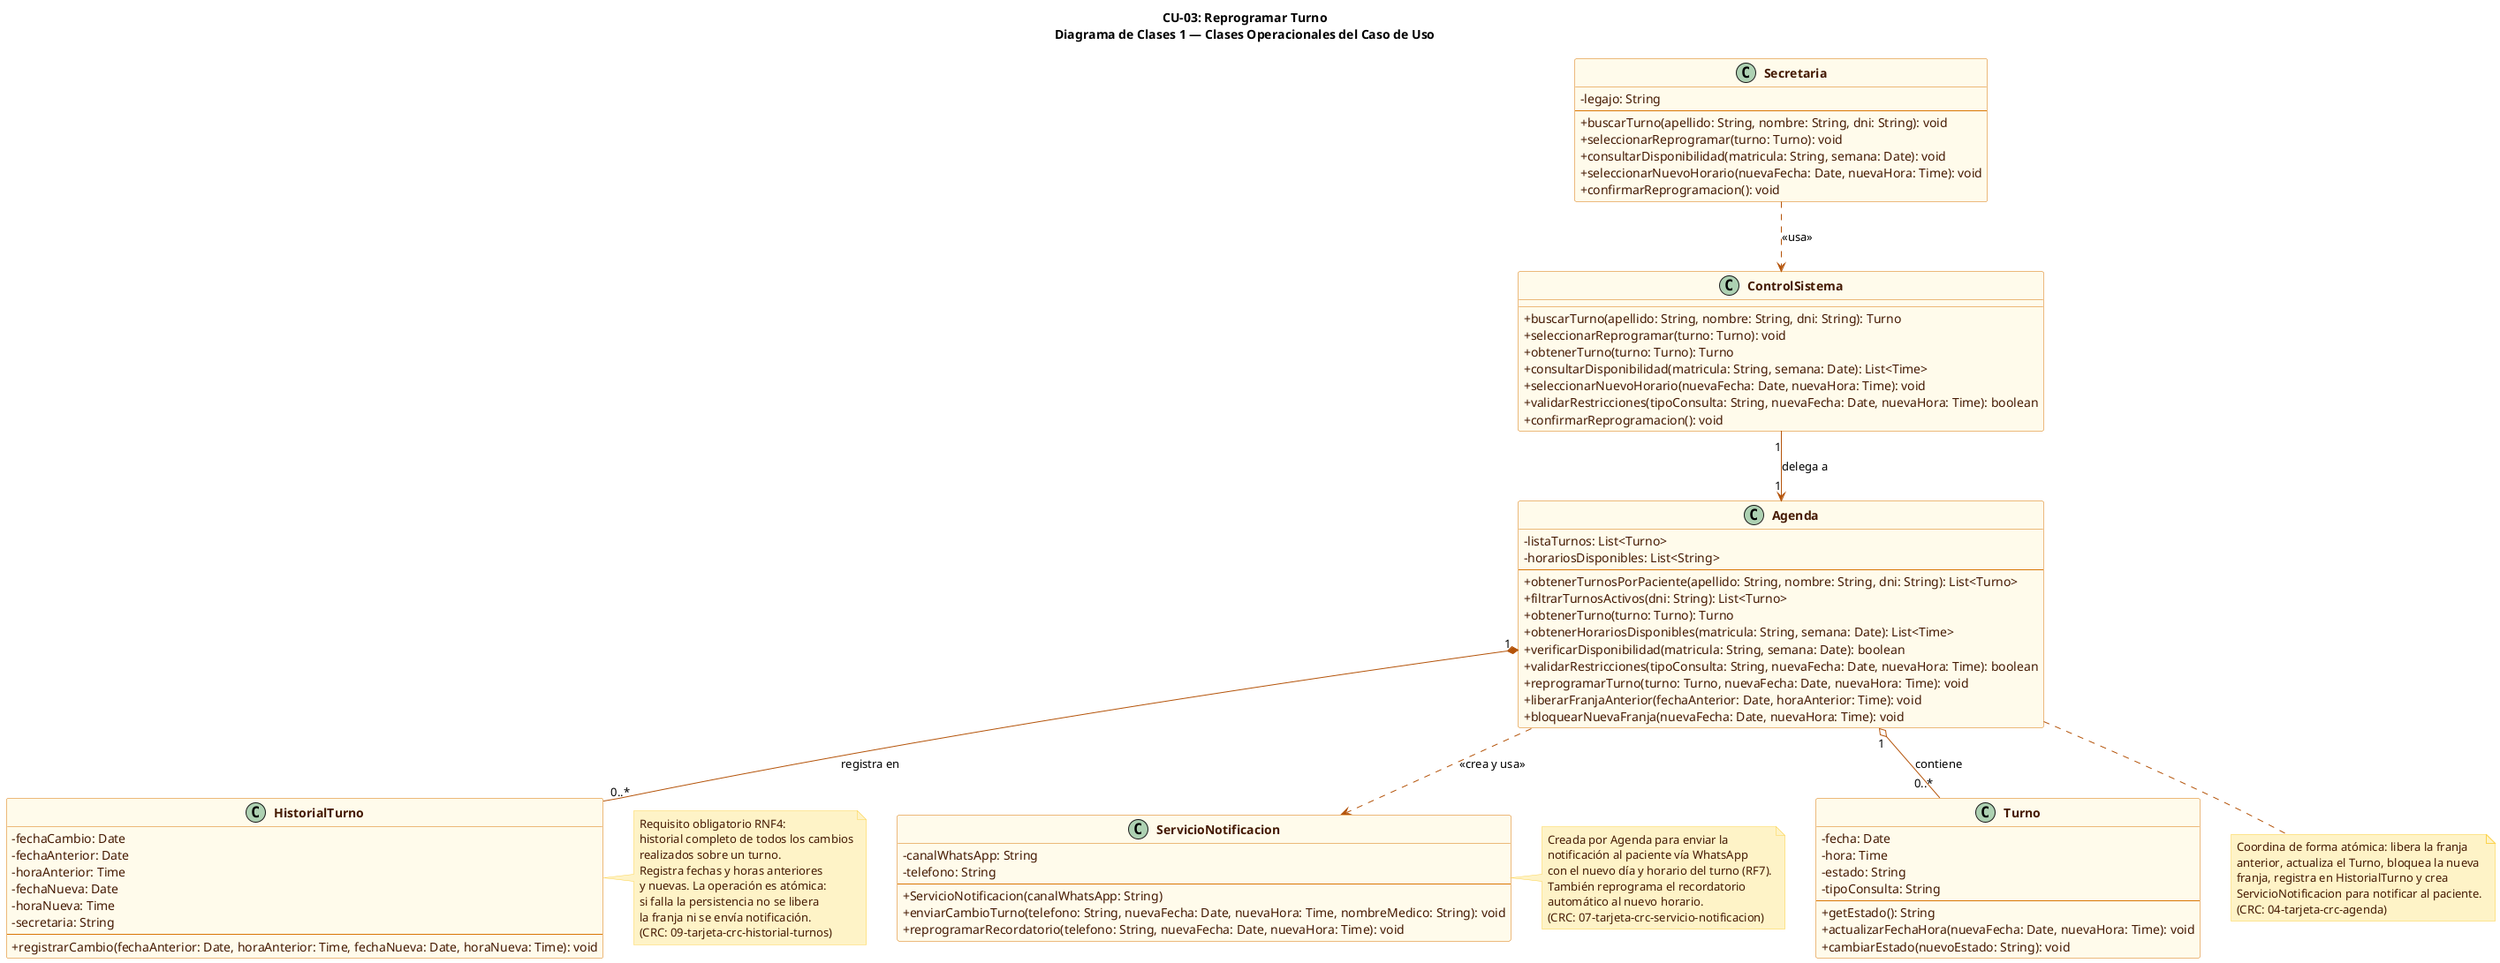
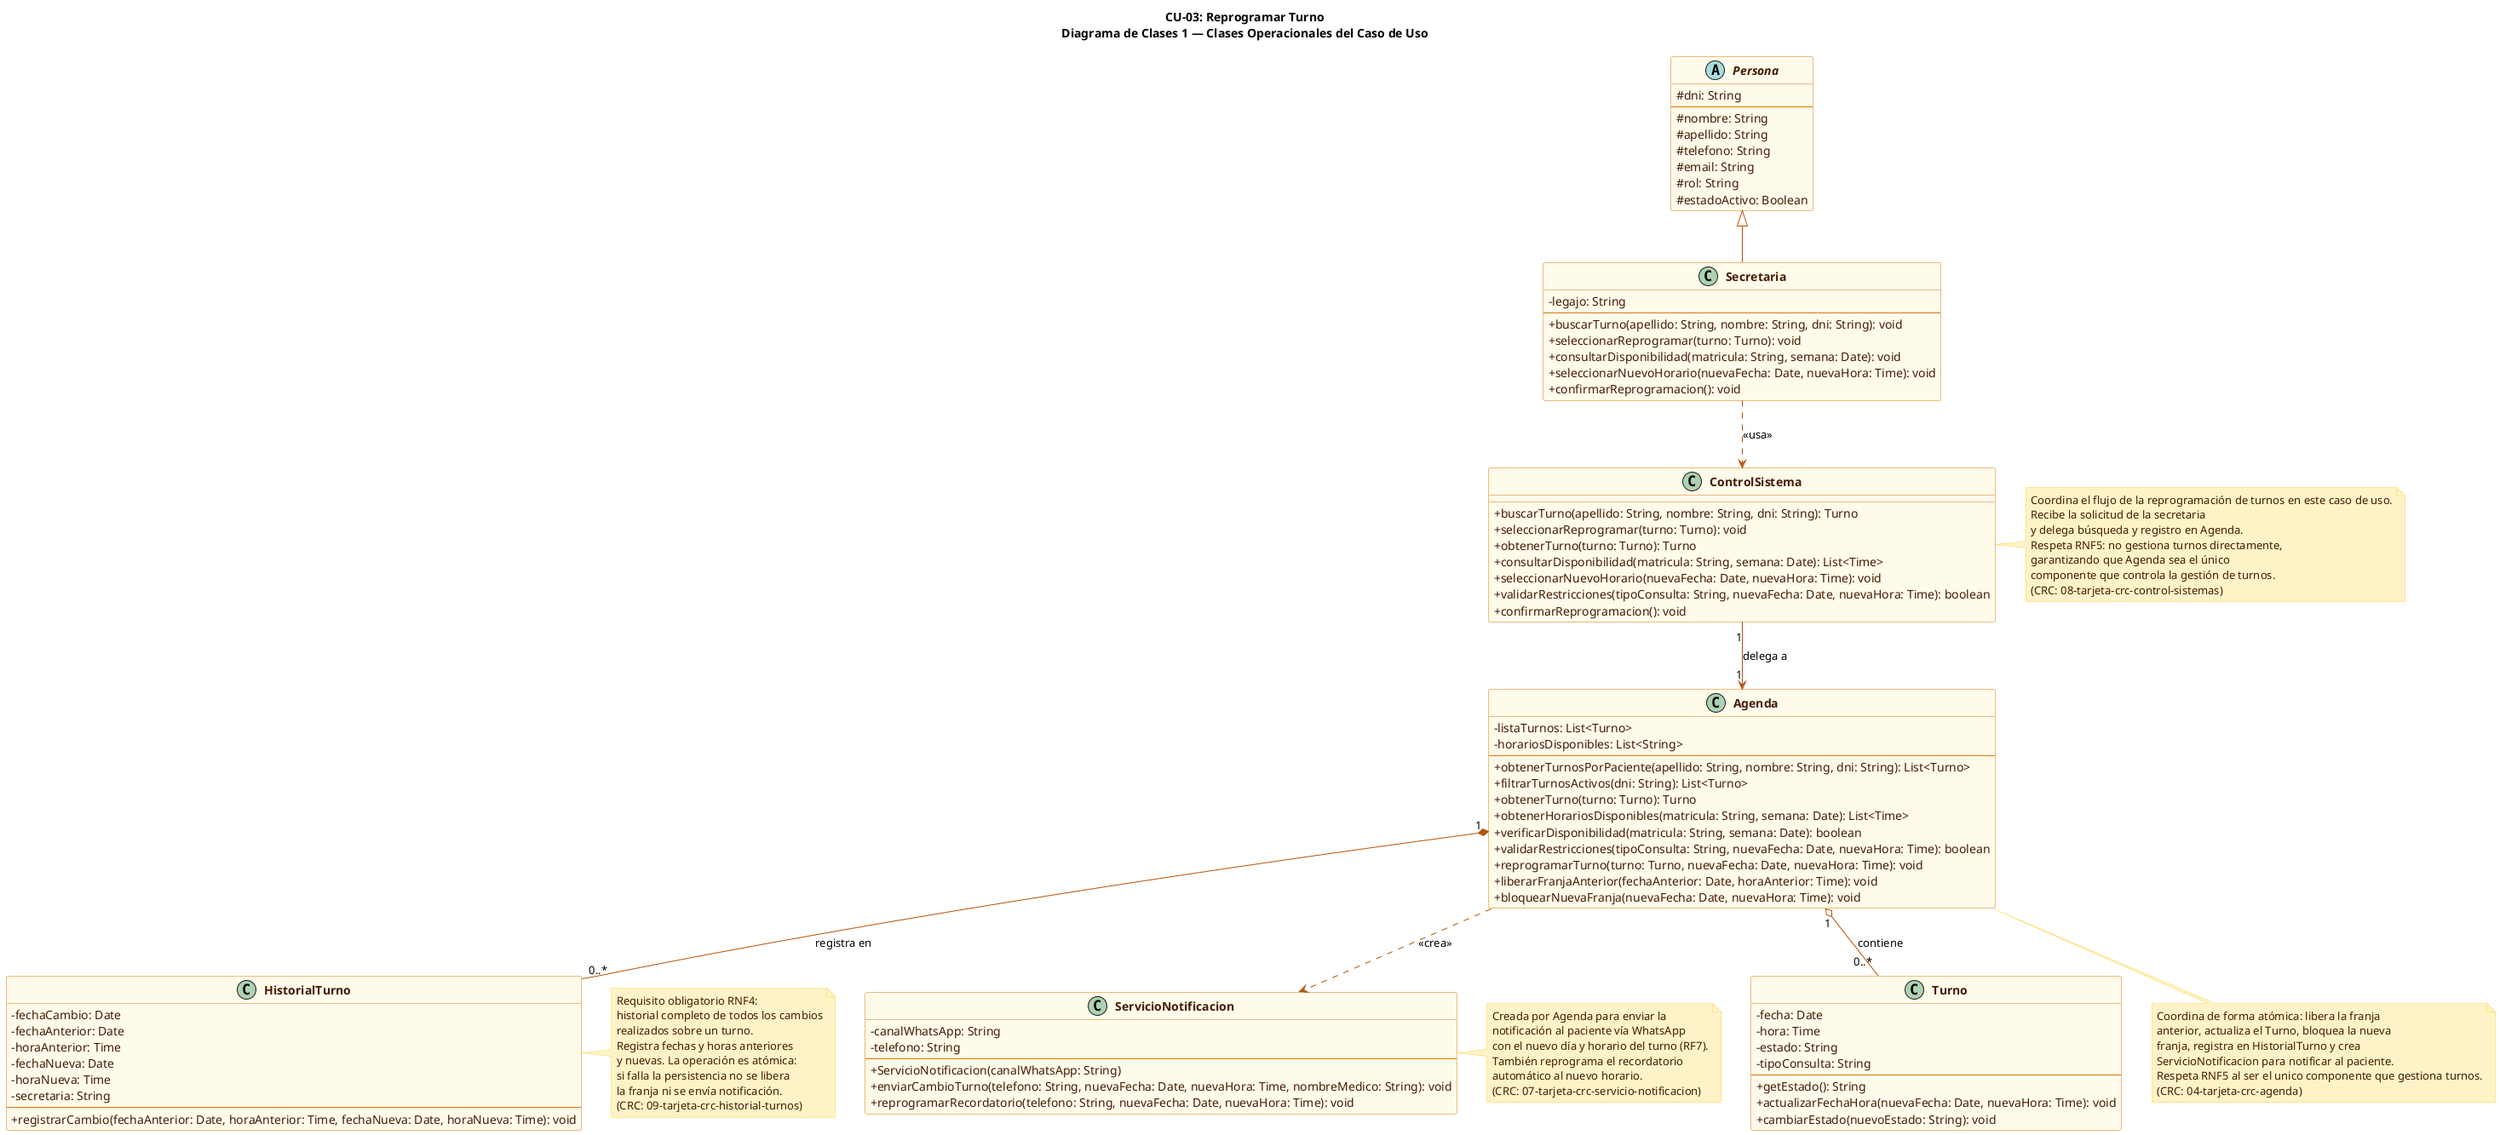
@startuml CU03-Clases-ReprogramarTurno-01

skinparam classAttributeIconSize 0
skinparam class {
    BackgroundColor #FFFBEB
    BorderColor     #D97706
    ArrowColor      #B45309
    FontColor       #451A03
    AttributeFontColor #451A03
}
skinparam classFontStyle bold
skinparam note {
    BackgroundColor #FEF3C7
    BorderColor     #FCD34D
    FontColor       #451A03
}

title CU-03: Reprogramar Turno\nDiagrama de Clases 1 — Clases Operacionales del Caso de Uso

+ abstract class Persona {
+     # dni: String
+     --
+     # nombre: String
+     # apellido: String
+     # telefono: String
+     # email: String
+     # rol: String
+     # estadoActivo: Boolean
+ }
+ 
class Secretaria {
    - legajo: String
    --
    + buscarTurno(apellido: String, nombre: String, dni: String): void
    + seleccionarReprogramar(turno: Turno): void
    + consultarDisponibilidad(matricula: String, semana: Date): void
    + seleccionarNuevoHorario(nuevaFecha: Date, nuevaHora: Time): void
    + confirmarReprogramacion(): void
}
+ 
+ Persona <|-- Secretaria

class ControlSistema {
    + buscarTurno(apellido: String, nombre: String, dni: String): Turno
    + seleccionarReprogramar(turno: Turno): void
    + obtenerTurno(turno: Turno): Turno
    + consultarDisponibilidad(matricula: String, semana: Date): List<Time>
    + seleccionarNuevoHorario(nuevaFecha: Date, nuevaHora: Time): void
    + validarRestricciones(tipoConsulta: String, nuevaFecha: Date, nuevaHora: Time): boolean
    + confirmarReprogramacion(): void
}

class Agenda {
    - listaTurnos: List<Turno>
    - horariosDisponibles: List<String>
    --
    + obtenerTurnosPorPaciente(apellido: String, nombre: String, dni: String): List<Turno>
    + filtrarTurnosActivos(dni: String): List<Turno>
    + obtenerTurno(turno: Turno): Turno
    + obtenerHorariosDisponibles(matricula: String, semana: Date): List<Time>
    + verificarDisponibilidad(matricula: String, semana: Date): boolean
    + validarRestricciones(tipoConsulta: String, nuevaFecha: Date, nuevaHora: Time): boolean
    + reprogramarTurno(turno: Turno, nuevaFecha: Date, nuevaHora: Time): void
    + liberarFranjaAnterior(fechaAnterior: Date, horaAnterior: Time): void
    + bloquearNuevaFranja(nuevaFecha: Date, nuevaHora: Time): void
}

class Turno {
    - fecha: Date
    - hora: Time
    - estado: String
    - tipoConsulta: String
    --
    + getEstado(): String
    + actualizarFechaHora(nuevaFecha: Date, nuevaHora: Time): void
    + cambiarEstado(nuevoEstado: String): void
}

class HistorialTurno {
    - fechaCambio: Date
    - fechaAnterior: Date
    - horaAnterior: Time
    - fechaNueva: Date
    - horaNueva: Time
    - secretaria: String
    --
    + registrarCambio(fechaAnterior: Date, horaAnterior: Time, fechaNueva: Date, horaNueva: Time): void
}

class ServicioNotificacion {
    - canalWhatsApp: String
    - telefono: String
    --
    + ServicioNotificacion(canalWhatsApp: String)
    + enviarCambioTurno(telefono: String, nuevaFecha: Date, nuevaHora: Time, nombreMedico: String): void
    + reprogramarRecordatorio(telefono: String, nuevaFecha: Date, nuevaHora: Time): void
}

' ─── Relaciones ────────────────────────────────────────────────
Secretaria       ..>  ControlSistema           : <<usa>>
ControlSistema   "1" -->  "1" Agenda            : delega a
Agenda           "1" o-- "0..*" Turno            : contiene
Agenda           "1" *-- "0..*" HistorialTurno   : registra en
- Agenda           ..>  ServicioNotificacion      : <<crea y usa>>
+ Agenda           ..>  ServicioNotificacion      : <<crea>>

' ─── Notas ─────────────────────────────────────────────────────
note right of HistorialTurno
  Requisito obligatorio RNF4:
  historial completo de todos los cambios
  realizados sobre un turno.
  Registra fechas y horas anteriores
  y nuevas. La operación es atómica:
  si falla la persistencia no se libera
  la franja ni se envía notificación.
  (CRC: 09-tarjeta-crc-historial-turnos)
end note

note right of ServicioNotificacion
  Creada por Agenda para enviar la
  notificación al paciente vía WhatsApp
  con el nuevo día y horario del turno (RF7).
  También reprograma el recordatorio
  automático al nuevo horario.
  (CRC: 07-tarjeta-crc-servicio-notificacion)
end note

+ note right of ControlSistema
+   Coordina el flujo de la reprogramación de turnos en este caso de uso.
+   Recibe la solicitud de la secretaria
+   y delega búsqueda y registro en Agenda.
+   Respeta RNF5: no gestiona turnos directamente,
+   garantizando que Agenda sea el único
+   componente que controla la gestión de turnos.
+   (CRC: 08-tarjeta-crc-control-sistemas)
+ end note
+ 
note bottom of Agenda
  Coordina de forma atómica: libera la franja
  anterior, actualiza el Turno, bloquea la nueva
  franja, registra en HistorialTurno y crea
  ServicioNotificacion para notificar al paciente.
+   Respeta RNF5 al ser el unico componente que gestiona turnos.
  (CRC: 04-tarjeta-crc-agenda)
end note

@enduml
